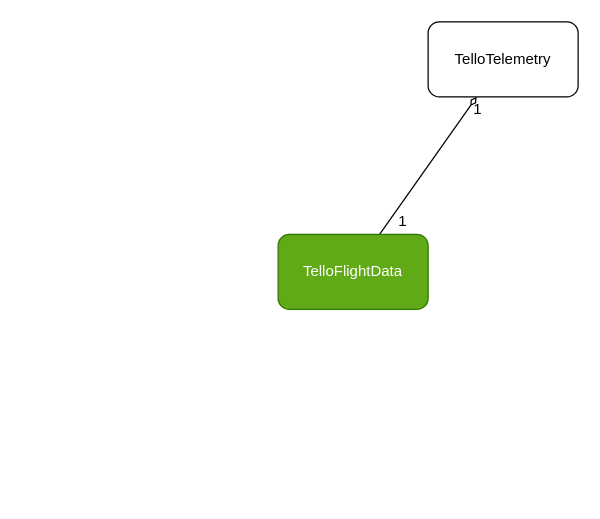
Earlier version of the draw.io diagram tello_driver/tello_telemetry/docs/TelloTelemetry.drawio (GalBrandwine/tello_ros). Source tidied: cells renumbered, new cells numbered last; positions are measured from the earlier drawing's top-left corner, leaving out a move shared by most shapes. Both pictures are drawn from the tidied source at 125%, with x=0, y=0 at pixel (278, 21).
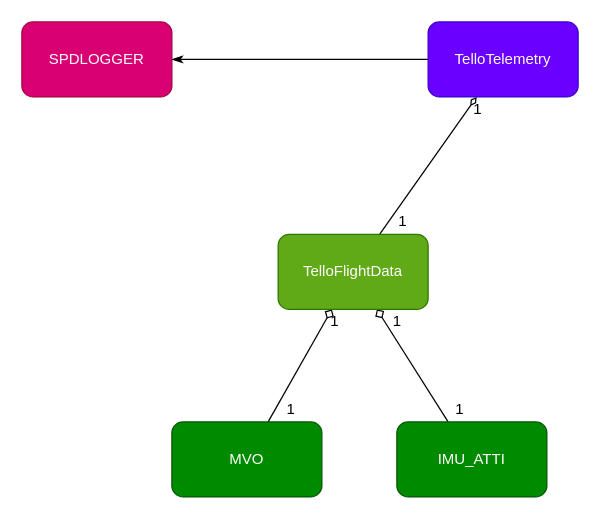
The same page after the edit.

Commit message (it also covers changes not shown here):
Done with telemetry data

The edit, as a diff of the source:
```diff
@@
 <mxGraphModel>
   <root>
     <mxCell id="0" />
     <mxCell id="1" parent="0" />
     <mxCell id="2" style="rounded=0;jettySize=auto;html=1;endArrow=diamondThin;endFill=0;startArrow=none;startFill=0;" parent="1" edge="1" source="4" target="3">
       <mxGeometry relative="1" as="geometry" />
     </mxCell>
+    <mxCell id="7" style="edgeStyle=none;rounded=0;jettySize=auto;html=1;endArrow=classicThin;endFill=1;" parent="1" edge="1" source="3" target="16">
+      <mxGeometry relative="1" as="geometry" />
+    </mxCell>
-    <mxCell id="3" value="TelloTelemetry" style="rounded=1;whiteSpace=wrap;html=1;" parent="1" vertex="1">
+    <mxCell id="3" value="TelloTelemetry" style="rounded=1;whiteSpace=wrap;html=1;fillColor=#6a00ff;strokeColor=#3700CC;fontColor=#ffffff;" parent="1" vertex="1">
       <mxGeometry x="120" width="120" height="60" as="geometry" />
     </mxCell>
+    <mxCell id="8" style="rounded=0;jettySize=auto;html=1;endArrow=diamond;endFill=0;" parent="1" edge="1" source="10" target="4">
+      <mxGeometry relative="1" as="geometry" />
+    </mxCell>
+    <mxCell id="9" style="edgeStyle=none;rounded=0;jettySize=auto;html=1;endArrow=diamond;endFill=0;" parent="1" edge="1" source="11" target="4">
+      <mxGeometry relative="1" as="geometry" />
+    </mxCell>
     <mxCell id="4" value="TelloFlightData" style="whiteSpace=wrap;html=1;rounded=1;fillColor=#60a917;strokeColor=#2D7600;fontColor=#ffffff;" parent="1" vertex="1">
       <mxGeometry y="170" width="120" height="60" as="geometry" />
     </mxCell>
     <mxCell id="5" value="1" style="text;html=1;strokeColor=none;fillColor=none;align=center;verticalAlign=middle;whiteSpace=wrap;rounded=0;" parent="1" vertex="1">
       <mxGeometry x="80" y="150" width="40" height="20" as="geometry" />
     </mxCell>
     <mxCell id="6" value="1" style="text;html=1;strokeColor=none;fillColor=none;align=center;verticalAlign=middle;whiteSpace=wrap;rounded=0;" parent="1" vertex="1">
       <mxGeometry x="140" y="60" width="40" height="20" as="geometry" />
     </mxCell>
+    <mxCell id="10" value="MVO" style="whiteSpace=wrap;html=1;rounded=1;fontColor=#ffffff;strokeColor=#005700;fillColor=#008a00;" parent="1" vertex="1">
+      <mxGeometry x="-85" y="320" width="120" height="60" as="geometry" />
+    </mxCell>
+    <mxCell id="11" value="IMU_ATTI" style="whiteSpace=wrap;html=1;rounded=1;fontColor=#ffffff;strokeColor=#005700;fillColor=#008a00;" parent="1" vertex="1">
+      <mxGeometry x="95" y="320" width="120" height="60" as="geometry" />
+    </mxCell>
+    <mxCell id="12" value="1" style="text;html=1;align=center;verticalAlign=middle;" parent="1" vertex="1">
+      <mxGeometry x="85" y="230" width="20" height="20" as="geometry" />
+    </mxCell>
+    <mxCell id="13" value="1" style="text;html=1;align=center;verticalAlign=middle;" parent="1" vertex="1">
+      <mxGeometry x="135" y="300" width="20" height="20" as="geometry" />
+    </mxCell>
+    <mxCell id="14" value="1" style="text;html=1;align=center;verticalAlign=middle;" parent="1" vertex="1">
+      <mxGeometry x="35" y="230" width="20" height="20" as="geometry" />
+    </mxCell>
+    <mxCell id="15" value="1" style="text;html=1;align=center;verticalAlign=middle;" parent="1" vertex="1">
+      <mxGeometry y="300" width="20" height="20" as="geometry" />
+    </mxCell>
+    <mxCell id="16" value="SPDLOGGER" style="whiteSpace=wrap;html=1;rounded=1;fillColor=#d80073;strokeColor=#A50040;fontColor=#ffffff;" parent="1" vertex="1">
+      <mxGeometry x="-205" width="120" height="60" as="geometry" />
+    </mxCell>
   </root>
 </mxGraphModel>
```
